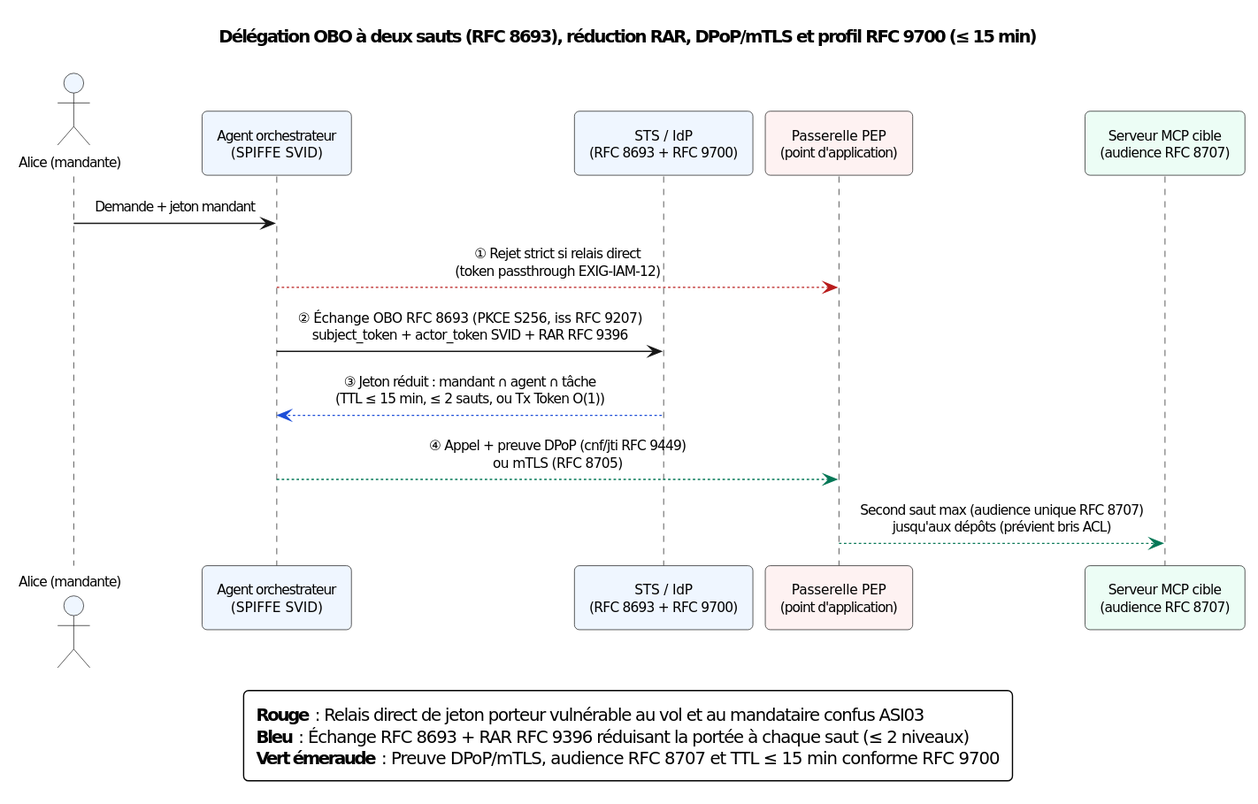
agbruneau/Agentique keeps this PlantUML diagram as Compendium/ouvrage/schemas/rendus/SCH-17-01.svg. Above is the earlier version. The source it was exported from:
```plantuml
@startuml
skinparam backgroundColor #FFFFFF
skinparam shadowing false
skinparam roundcorner 8
skinparam defaultFontName "DejaVu Sans"
skinparam defaultFontSize 11
skinparam sequenceMessageAlign center
skinparam Padding 5

title Délégation OBO à deux sauts (RFC 8693), réduction RAR, DPoP/mTLS et profil RFC 9700 (≤ 15 min)

actor "Alice (mandante)" as N1 #EFF6FF
participant "Agent orchestrateur\n(SPIFFE SVID)" as N2 #EFF6FF
participant "STS / IdP\n(RFC 8693 + RFC 9700)" as N3 #EFF6FF
participant "Passerelle PEP\n(point d'application)" as N4 #FEF2F2
participant "Serveur MCP cible\n(audience RFC 8707)" as N5 #ECFDF5

N1 -> N2 : Demande + jeton mandant
N2 -[#B91C1C]-> N4 : ① Rejet strict si relais direct\n(token passthrough EXIG-IAM-12)
N2 -> N3 : ② Échange OBO RFC 8693 (PKCE S256, iss RFC 9207)\nsubject_token + actor_token SVID + RAR RFC 9396
N3 -[#1D4ED8]-> N2 : ③ Jeton réduit : mandant ∩ agent ∩ tâche\n(TTL ≤ 15 min, ≤ 2 sauts, ou Tx Token O(1))
N2 -[#047857]-> N4 : ④ Appel + preuve DPoP (cnf/jti RFC 9449)\nou mTLS (RFC 8705)
N4 -[#047857]-> N5 : Second saut max (audience unique RFC 8707)\njusqu'aux dépôts (prévient bris ACL)

legend bottom
  **Rouge** : Relais direct de jeton porteur vulnérable au vol et au mandataire confus ASI03
  **Bleu** : Échange RFC 8693 + RAR RFC 9396 réduisant la portée à chaque saut (≤ 2 niveaux)
  **Vert émeraude** : Preuve DPoP/mTLS, audience RFC 8707 et TTL ≤ 15 min conforme RFC 9700
end legend
@enduml
```
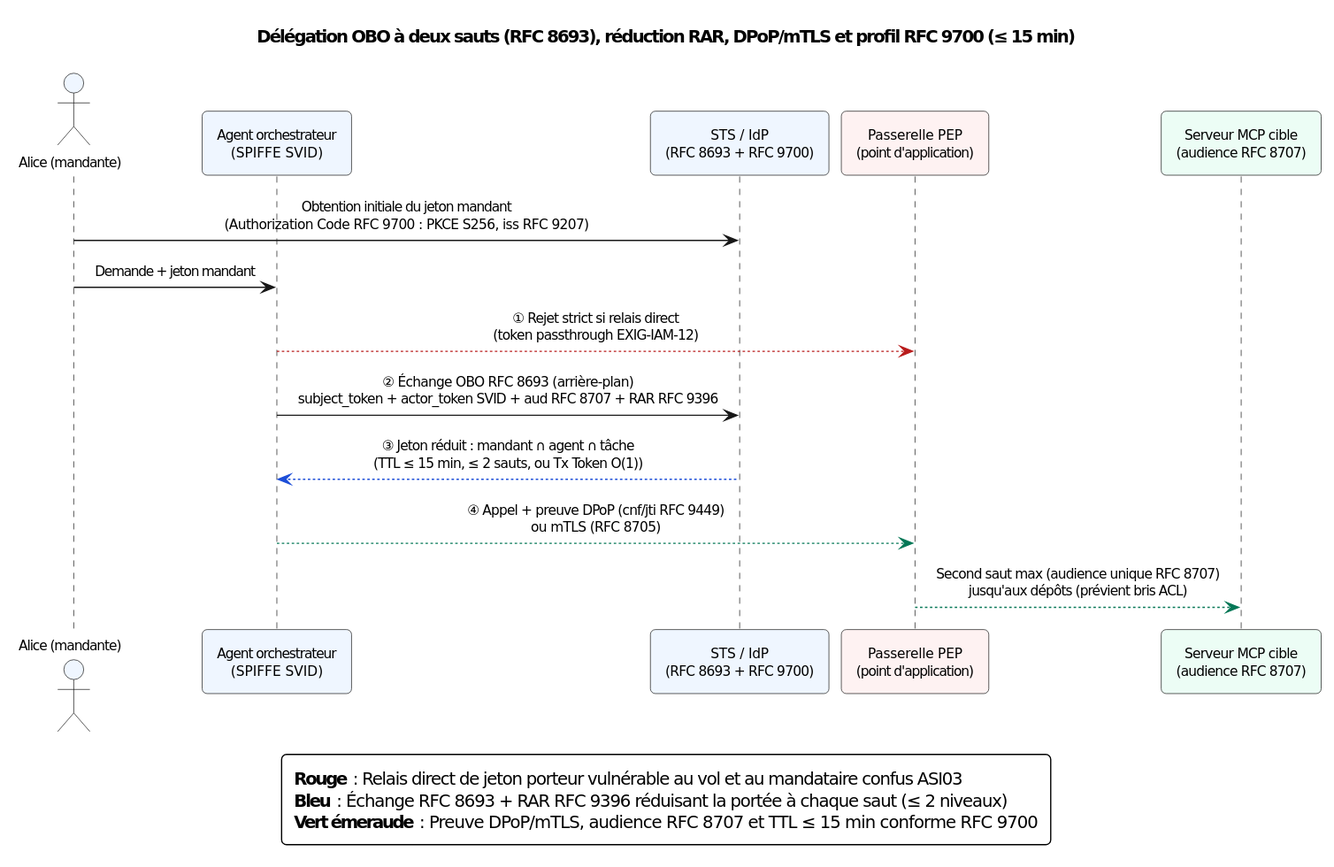
The same file after the commit.

Change to the diagram source:
```diff
@@ -15,9 +15,10 @@
 participant "Passerelle PEP\n(point d'application)" as N4 #FEF2F2
 participant "Serveur MCP cible\n(audience RFC 8707)" as N5 #ECFDF5
 
+N1 -> N3 : Obtention initiale du jeton mandant\n(Authorization Code RFC 9700 : PKCE S256, iss RFC 9207)
 N1 -> N2 : Demande + jeton mandant
 N2 -[#B91C1C]-> N4 : ① Rejet strict si relais direct\n(token passthrough EXIG-IAM-12)
-N2 -> N3 : ② Échange OBO RFC 8693 (PKCE S256, iss RFC 9207)\nsubject_token + actor_token SVID + RAR RFC 9396
+N2 -> N3 : ② Échange OBO RFC 8693 (arrière-plan)\nsubject_token + actor_token SVID + aud RFC 8707 + RAR RFC 9396
 N3 -[#1D4ED8]-> N2 : ③ Jeton réduit : mandant ∩ agent ∩ tâche\n(TTL ≤ 15 min, ≤ 2 sauts, ou Tx Token O(1))
 N2 -[#047857]-> N4 : ④ Appel + preuve DPoP (cnf/jti RFC 9449)\nou mTLS (RFC 8705)
 N4 -[#047857]-> N5 : Second saut max (audience unique RFC 8707)\njusqu'aux dépôts (prévient bris ACL)
```
